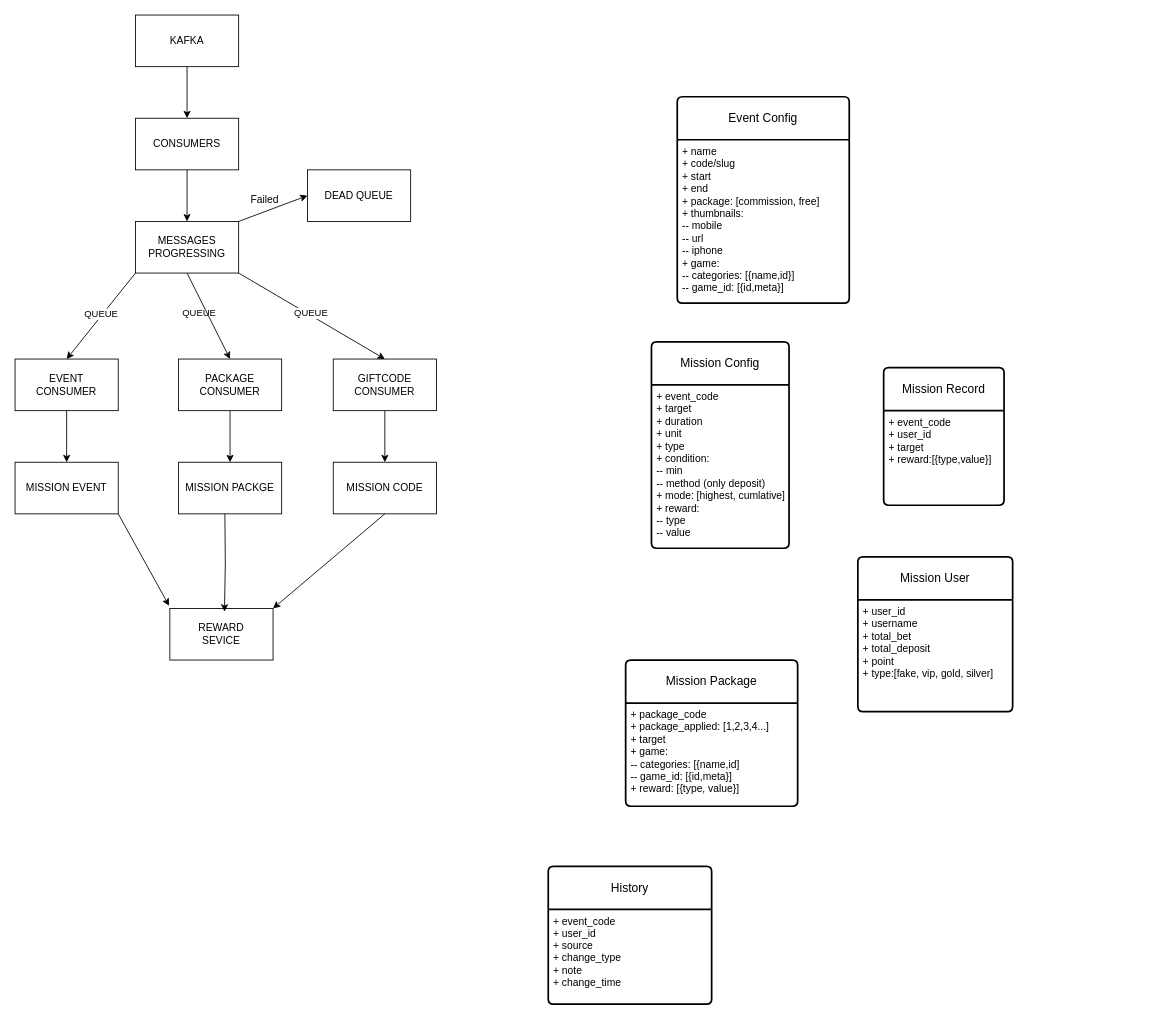
The draw.io diagram S8 Mission.drawio in aronans8/git-workflow, before the edit. Source tidied: cells renumbered, new cells numbered last; positions are measured from the earlier drawing's top-left corner, leaving out a move shared by most shapes. Both pictures are drawn from the tidied source at 86%, with x=0, y=0 at pixel (15, 15).
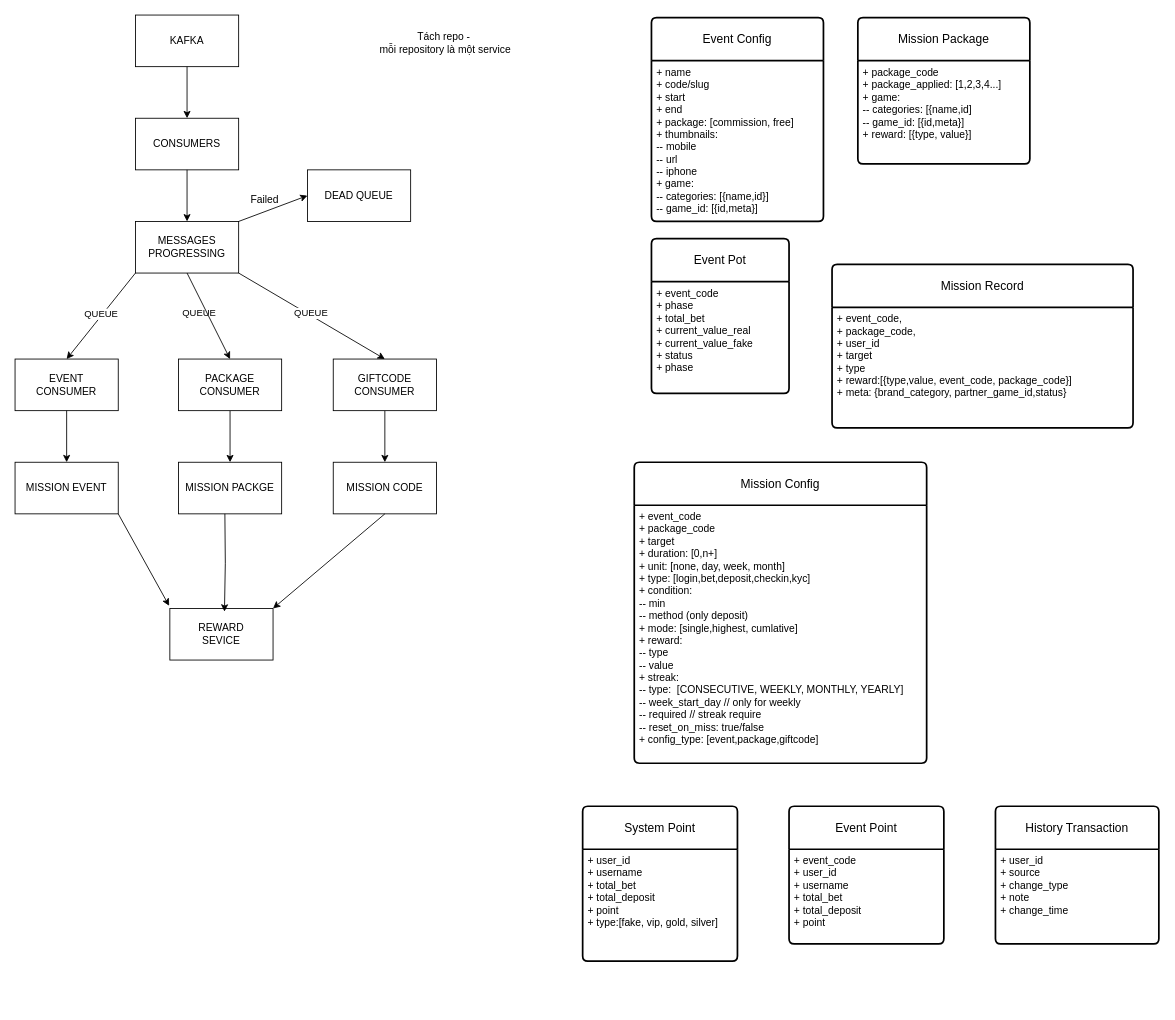
After the change.

Change to the diagram source:
```diff
@@
     <mxCell id="21" value="Event Config" style="swimlane;horizontal=1;startSize=50;rounded=1;fontSize=14;fontStyle=0;strokeWidth=2;shadow=0;dashed=0;align=center;arcSize=4;whiteSpace=wrap;html=1;" parent="1" vertex="1">
-      <mxGeometry x="770" y="95" width="200" height="240" as="geometry" />
+      <mxGeometry x="740" y="3" width="200" height="237" as="geometry" />
     </mxCell>
     <mxCell id="22" value="+ name&lt;div&gt;+ code/slug&lt;/div&gt;&lt;div&gt;+ start&lt;/div&gt;&lt;div&gt;+ end&lt;/div&gt;&lt;div&gt;+ package: [commission, free]&lt;/div&gt;&lt;div&gt;+ thumbnails:&lt;br&gt;-- mobile&lt;/div&gt;&lt;div&gt;-- url&lt;/div&gt;&lt;div&gt;-- iphone&lt;/div&gt;&lt;div&gt;+ game:&lt;/div&gt;&lt;div&gt;-- categories: [{&lt;span style=&quot;background-color: transparent; color: light-dark(rgb(0, 0, 0), rgb(255, 255, 255));&quot;&gt;name,&lt;/span&gt;&lt;span style=&quot;background-color: transparent; color: light-dark(rgb(0, 0, 0), rgb(255, 255, 255));&quot;&gt;id}&lt;/span&gt;&lt;span style=&quot;background-color: transparent; color: light-dark(rgb(0, 0, 0), rgb(255, 255, 255));&quot;&gt;]&lt;/span&gt;&lt;/div&gt;&lt;div&gt;-- game_id: [{id,meta}]&lt;/div&gt;&lt;div&gt;&lt;br&gt;&lt;/div&gt;" style="align=left;strokeColor=none;fillColor=none;spacingLeft=4;spacingRight=4;fontSize=12;verticalAlign=top;html=1;whiteSpace=wrap;" parent="21" vertex="1">
-      <mxGeometry y="50" width="200" height="190" as="geometry" />
+      <mxGeometry y="50" width="200" height="187" as="geometry" />
     </mxCell>
     <mxCell id="23" value="Mission Config" style="swimlane;horizontal=1;startSize=50;rounded=1;fontSize=14;fontStyle=0;strokeWidth=2;shadow=0;dashed=0;align=center;arcSize=4;whiteSpace=wrap;html=1;" parent="1" vertex="1">
-      <mxGeometry x="740" y="380" width="160" height="240" as="geometry" />
+      <mxGeometry x="720" y="520" width="340" height="350" as="geometry" />
     </mxCell>
-    <mxCell id="24" value="+ event_code&lt;br&gt;+ target&lt;div&gt;+ duration&lt;/div&gt;&lt;div&gt;+ unit&lt;/div&gt;&lt;div&gt;+ type&lt;/div&gt;&lt;div&gt;+ condition:&lt;/div&gt;&lt;div&gt;-- min&lt;/div&gt;&lt;div&gt;-- method (only deposit)&lt;/div&gt;&lt;div&gt;+ mode: [highest, cumlative]&lt;/div&gt;&lt;div&gt;+ reward:&lt;/div&gt;&lt;div&gt;-- type&lt;/div&gt;&lt;div&gt;-- value&lt;/div&gt;" style="align=left;strokeColor=none;fillColor=none;spacingLeft=4;spacingRight=4;fontSize=12;verticalAlign=top;html=1;whiteSpace=wrap;" parent="23" vertex="1">
-      <mxGeometry y="50" width="160" height="190" as="geometry" />
+    <mxCell id="24" value="+ event_code&lt;div&gt;+ package_code&lt;br&gt;+ target&lt;div&gt;+ duration: [0,n+]&lt;/div&gt;&lt;div&gt;+ unit: [none, day, week, month]&lt;/div&gt;&lt;div&gt;+ type: [login,bet,deposit,checkin,kyc]&lt;/div&gt;&lt;div&gt;+ condition:&lt;/div&gt;&lt;div&gt;-- min&lt;/div&gt;&lt;div&gt;-- method (only deposit)&lt;/div&gt;&lt;div&gt;+ mode: [single,highest, cumlative]&lt;/div&gt;&lt;div&gt;+ reward:&lt;/div&gt;&lt;div&gt;-- type&lt;/div&gt;&lt;div&gt;-- value&lt;/div&gt;&lt;div&gt;+ streak:&lt;/div&gt;&lt;div&gt;-- type:&amp;nbsp; [CONSECUTIVE, WEEKLY, MONTHLY, YEARLY]&lt;/div&gt;&lt;div&gt;--&amp;nbsp;week_start_day // only for weekly&lt;/div&gt;&lt;div&gt;--&amp;nbsp;required // streak require&lt;/div&gt;&lt;div&gt;-- reset_on_miss: true/false&lt;/div&gt;&lt;div&gt;+ config_type: [event,package,giftcode]&lt;/div&gt;&lt;/div&gt;" style="align=left;strokeColor=none;fillColor=none;spacingLeft=4;spacingRight=4;fontSize=12;verticalAlign=top;html=1;whiteSpace=wrap;" parent="23" vertex="1">
+      <mxGeometry y="50" width="340" height="300" as="geometry" />
     </mxCell>
     <mxCell id="25" value="Mission Record" style="swimlane;horizontal=1;startSize=50;rounded=1;fontSize=14;fontStyle=0;strokeWidth=2;shadow=0;dashed=0;align=center;arcSize=4;whiteSpace=wrap;html=1;" parent="1" vertex="1">
-      <mxGeometry x="1010" y="410" width="140" height="160" as="geometry" />
+      <mxGeometry x="950" y="290" width="350" height="190" as="geometry" />
     </mxCell>
-    <mxCell id="26" value="+ event_code&lt;div&gt;+ user_id&lt;/div&gt;&lt;div&gt;+ target&lt;/div&gt;&lt;div&gt;+ reward:[{&lt;span style=&quot;background-color: transparent; color: light-dark(rgb(0, 0, 0), rgb(255, 255, 255));&quot;&gt;type,&lt;/span&gt;&lt;span style=&quot;background-color: transparent; color: light-dark(rgb(0, 0, 0), rgb(255, 255, 255));&quot;&gt;value&lt;/span&gt;&lt;span style=&quot;background-color: transparent; color: light-dark(rgb(0, 0, 0), rgb(255, 255, 255));&quot;&gt;}]&lt;/span&gt;&lt;/div&gt;" style="align=left;strokeColor=none;fillColor=none;spacingLeft=4;spacingRight=4;fontSize=12;verticalAlign=top;html=1;whiteSpace=wrap;" parent="25" vertex="1">
-      <mxGeometry y="50" width="140" height="110" as="geometry" />
+    <mxCell id="26" value="+ event_code,&lt;div&gt;+ package_code,&lt;br&gt;&lt;div&gt;+ user_id&lt;/div&gt;&lt;div&gt;+ target&lt;/div&gt;&lt;div&gt;+ type&lt;/div&gt;&lt;div&gt;+ reward:[{&lt;span style=&quot;background-color: transparent; color: light-dark(rgb(0, 0, 0), rgb(255, 255, 255));&quot;&gt;type,&lt;/span&gt;&lt;span style=&quot;background-color: transparent; color: light-dark(rgb(0, 0, 0), rgb(255, 255, 255));&quot;&gt;value, event_code, package_code&lt;/span&gt;&lt;span style=&quot;background-color: transparent; color: light-dark(rgb(0, 0, 0), rgb(255, 255, 255));&quot;&gt;}]&lt;/span&gt;&lt;/div&gt;&lt;div&gt;&lt;span style=&quot;background-color: transparent; color: light-dark(rgb(0, 0, 0), rgb(255, 255, 255));&quot;&gt;+ meta: {&lt;/span&gt;&lt;span style=&quot;background-color: transparent;&quot;&gt;brand_category,&amp;nbsp;&lt;/span&gt;&lt;span style=&quot;background-color: transparent;&quot;&gt;partner_game_id,status&lt;/span&gt;&lt;span style=&quot;background-color: transparent; color: light-dark(rgb(0, 0, 0), rgb(255, 255, 255));&quot;&gt;}&lt;/span&gt;&lt;/div&gt;&lt;/div&gt;" style="align=left;strokeColor=none;fillColor=none;spacingLeft=4;spacingRight=4;fontSize=12;verticalAlign=top;html=1;whiteSpace=wrap;" parent="25" vertex="1">
+      <mxGeometry y="50" width="350" height="140" as="geometry" />
     </mxCell>
     <mxCell id="27" value="Mission Package" style="swimlane;horizontal=1;startSize=50;rounded=1;fontSize=14;fontStyle=0;strokeWidth=2;shadow=0;dashed=0;align=center;arcSize=4;whiteSpace=wrap;html=1;" parent="1" vertex="1">
-      <mxGeometry x="710" y="750" width="200" height="170" as="geometry" />
+      <mxGeometry x="980" y="3" width="200" height="170" as="geometry" />
     </mxCell>
-    <mxCell id="28" value="+ package_code&lt;br&gt;+ package_applied: [1,2,3,4...]&lt;br&gt;+ target&lt;div&gt;&lt;div&gt;+ game:&lt;/div&gt;&lt;div&gt;-- categories: [{&lt;span style=&quot;background-color: transparent; color: light-dark(rgb(0, 0, 0), rgb(255, 255, 255));&quot;&gt;name,&lt;/span&gt;&lt;span style=&quot;background-color: transparent; color: light-dark(rgb(0, 0, 0), rgb(255, 255, 255));&quot;&gt;id&lt;/span&gt;&lt;span style=&quot;background-color: transparent; color: light-dark(rgb(0, 0, 0), rgb(255, 255, 255));&quot;&gt;]&lt;/span&gt;&lt;/div&gt;&lt;div&gt;-- game_id: [{id,meta}]&lt;/div&gt;&lt;div&gt;+ reward: [{type, value}]&lt;/div&gt;&lt;div&gt;&lt;br&gt;&lt;/div&gt;&lt;/div&gt;" style="align=left;strokeColor=none;fillColor=none;spacingLeft=4;spacingRight=4;fontSize=12;verticalAlign=top;html=1;whiteSpace=wrap;" parent="27" vertex="1">
+    <mxCell id="28" value="+ package_code&lt;br&gt;+ package_applied: [1,2,3,4...]&lt;br&gt;&lt;div&gt;&lt;div&gt;+ game:&lt;/div&gt;&lt;div&gt;-- categories: [{&lt;span style=&quot;background-color: transparent; color: light-dark(rgb(0, 0, 0), rgb(255, 255, 255));&quot;&gt;name,&lt;/span&gt;&lt;span style=&quot;background-color: transparent; color: light-dark(rgb(0, 0, 0), rgb(255, 255, 255));&quot;&gt;id&lt;/span&gt;&lt;span style=&quot;background-color: transparent; color: light-dark(rgb(0, 0, 0), rgb(255, 255, 255));&quot;&gt;]&lt;/span&gt;&lt;/div&gt;&lt;div&gt;-- game_id: [{id,meta}]&lt;/div&gt;&lt;div&gt;+ reward: [{type, value}]&lt;/div&gt;&lt;/div&gt;" style="align=left;strokeColor=none;fillColor=none;spacingLeft=4;spacingRight=4;fontSize=12;verticalAlign=top;html=1;whiteSpace=wrap;" parent="27" vertex="1">
       <mxGeometry y="50" width="200" height="120" as="geometry" />
     </mxCell>
+    <mxCell id="41" style="edgeStyle=orthogonalEdgeStyle;rounded=0;orthogonalLoop=1;jettySize=auto;html=1;exitX=0.5;exitY=1;exitDx=0;exitDy=0;" parent="27" edge="1" source="28" target="28">
+      <mxGeometry relative="1" as="geometry" />
+    </mxCell>
-    <mxCell id="29" value="Mission User" style="swimlane;horizontal=1;startSize=50;rounded=1;fontSize=14;fontStyle=0;strokeWidth=2;shadow=0;dashed=0;align=center;arcSize=4;whiteSpace=wrap;html=1;" parent="1" vertex="1">
-      <mxGeometry x="980" y="630" width="180" height="180" as="geometry" />
+    <mxCell id="29" value="Event Point" style="swimlane;horizontal=1;startSize=50;rounded=1;fontSize=14;fontStyle=0;strokeWidth=2;shadow=0;dashed=0;align=center;arcSize=4;whiteSpace=wrap;html=1;" parent="1" vertex="1">
+      <mxGeometry x="900" y="920" width="180" height="160" as="geometry" />
     </mxCell>
-    <mxCell id="30" value="&lt;div&gt;&lt;span style=&quot;background-color: transparent; color: light-dark(rgb(0, 0, 0), rgb(255, 255, 255));&quot;&gt;+ user_id&lt;/span&gt;&lt;/div&gt;&lt;div&gt;+ username&lt;/div&gt;&lt;div&gt;+ total_bet&lt;/div&gt;&lt;div&gt;+ total_deposit&lt;/div&gt;&lt;div&gt;+ point&lt;/div&gt;&lt;div&gt;+ type:[fake, vip, gold, silver]&lt;/div&gt;&lt;div&gt;&lt;br&gt;&lt;/div&gt;" style="align=left;strokeColor=none;fillColor=none;spacingLeft=4;spacingRight=4;fontSize=12;verticalAlign=top;html=1;whiteSpace=wrap;" parent="29" vertex="1">
-      <mxGeometry y="50" width="180" height="130" as="geometry" />
+    <mxCell id="30" value="&lt;div&gt;&lt;span style=&quot;background-color: transparent; color: light-dark(rgb(0, 0, 0), rgb(255, 255, 255));&quot;&gt;+ event_code&lt;/span&gt;&lt;/div&gt;&lt;div&gt;&lt;span style=&quot;background-color: transparent; color: light-dark(rgb(0, 0, 0), rgb(255, 255, 255));&quot;&gt;+ user_id&lt;/span&gt;&lt;/div&gt;&lt;div&gt;+ username&lt;/div&gt;&lt;div&gt;+ total_bet&lt;/div&gt;&lt;div&gt;+ total_deposit&lt;/div&gt;&lt;div&gt;+ point&lt;/div&gt;" style="align=left;strokeColor=none;fillColor=none;spacingLeft=4;spacingRight=4;fontSize=12;verticalAlign=top;html=1;whiteSpace=wrap;" parent="29" vertex="1">
+      <mxGeometry y="50" width="180" height="110" as="geometry" />
     </mxCell>
-    <mxCell id="31" value="History" style="swimlane;horizontal=1;startSize=50;rounded=1;fontSize=14;fontStyle=0;strokeWidth=2;shadow=0;dashed=0;align=center;arcSize=4;whiteSpace=wrap;html=1;" parent="1" vertex="1">
-      <mxGeometry x="620" y="990" width="190" height="160" as="geometry" />
+    <mxCell id="31" value="History Transaction" style="swimlane;horizontal=1;startSize=50;rounded=1;fontSize=14;fontStyle=0;strokeWidth=2;shadow=0;dashed=0;align=center;arcSize=4;whiteSpace=wrap;html=1;" parent="1" vertex="1">
+      <mxGeometry x="1140" y="920" width="190" height="160" as="geometry" />
     </mxCell>
-    <mxCell id="32" value="+ event_code&lt;div&gt;+ user_id&lt;/div&gt;&lt;div&gt;+ source&lt;/div&gt;&lt;div&gt;+ change_type&lt;/div&gt;&lt;div&gt;+ note&lt;/div&gt;&lt;div&gt;+ change_time&lt;/div&gt;" style="align=left;strokeColor=none;fillColor=none;spacingLeft=4;spacingRight=4;fontSize=12;verticalAlign=top;html=1;whiteSpace=wrap;" parent="31" vertex="1">
+    <mxCell id="32" value="&lt;div&gt;+ user_id&lt;/div&gt;&lt;div&gt;+ source&lt;/div&gt;&lt;div&gt;+ change_type&lt;/div&gt;&lt;div&gt;+ note&lt;/div&gt;&lt;div&gt;+ change_time&lt;/div&gt;" style="align=left;strokeColor=none;fillColor=none;spacingLeft=4;spacingRight=4;fontSize=12;verticalAlign=top;html=1;whiteSpace=wrap;" parent="31" vertex="1">
       <mxGeometry y="50" width="190" height="110" as="geometry" />
     </mxCell>
@@
+    <mxCell id="42" value="Tách repo -&amp;nbsp;&lt;div&gt;mỗi repository là một service&lt;/div&gt;" style="text;html=1;align=center;verticalAlign=middle;strokeColor=none;fillColor=none;" parent="1" vertex="1">
+      <mxGeometry x="410" y="13" width="180" height="40" as="geometry" />
+    </mxCell>
+    <mxCell id="43" value="System Point" style="swimlane;horizontal=1;startSize=50;rounded=1;fontSize=14;fontStyle=0;strokeWidth=2;shadow=0;dashed=0;align=center;arcSize=4;whiteSpace=wrap;html=1;" parent="1" vertex="1">
+      <mxGeometry x="660" y="920" width="180" height="180" as="geometry" />
+    </mxCell>
+    <mxCell id="44" value="&lt;div&gt;&lt;span style=&quot;background-color: transparent; color: light-dark(rgb(0, 0, 0), rgb(255, 255, 255));&quot;&gt;+ user_id&lt;/span&gt;&lt;/div&gt;&lt;div&gt;+ username&lt;/div&gt;&lt;div&gt;+ total_bet&lt;/div&gt;&lt;div&gt;+ total_deposit&lt;/div&gt;&lt;div&gt;+ point&lt;/div&gt;&lt;div&gt;+ type:[fake, vip, gold, silver]&lt;/div&gt;&lt;div&gt;&lt;br&gt;&lt;/div&gt;" style="align=left;strokeColor=none;fillColor=none;spacingLeft=4;spacingRight=4;fontSize=12;verticalAlign=top;html=1;whiteSpace=wrap;" parent="43" vertex="1">
+      <mxGeometry y="50" width="180" height="130" as="geometry" />
+    </mxCell>
+    <mxCell id="45" value="Event Pot" style="swimlane;horizontal=1;startSize=50;rounded=1;fontSize=14;fontStyle=0;strokeWidth=2;shadow=0;dashed=0;align=center;arcSize=4;whiteSpace=wrap;html=1;" parent="1" vertex="1">
+      <mxGeometry x="740" y="260" width="160" height="180" as="geometry" />
+    </mxCell>
+    <mxCell id="46" value="&lt;div&gt;&lt;span style=&quot;background-color: transparent; color: light-dark(rgb(0, 0, 0), rgb(255, 255, 255));&quot;&gt;+ event_code&lt;/span&gt;&lt;/div&gt;&lt;div&gt;+&amp;nbsp;phase&lt;span style=&quot;background-color: transparent; color: light-dark(rgb(0, 0, 0), rgb(255, 255, 255));&quot;&gt;&lt;/span&gt;&lt;/div&gt;+ total_bet&lt;br&gt;+ current_value_real&lt;div&gt;+&amp;nbsp;current_value_fake&lt;/div&gt;&lt;div&gt;+&amp;nbsp;status&lt;/div&gt;&lt;div&gt;+&amp;nbsp;phase&lt;/div&gt;" style="align=left;strokeColor=none;fillColor=none;spacingLeft=4;spacingRight=4;fontSize=12;verticalAlign=top;html=1;whiteSpace=wrap;" parent="45" vertex="1">
+      <mxGeometry y="50" width="160" height="130" as="geometry" />
+    </mxCell>
```
